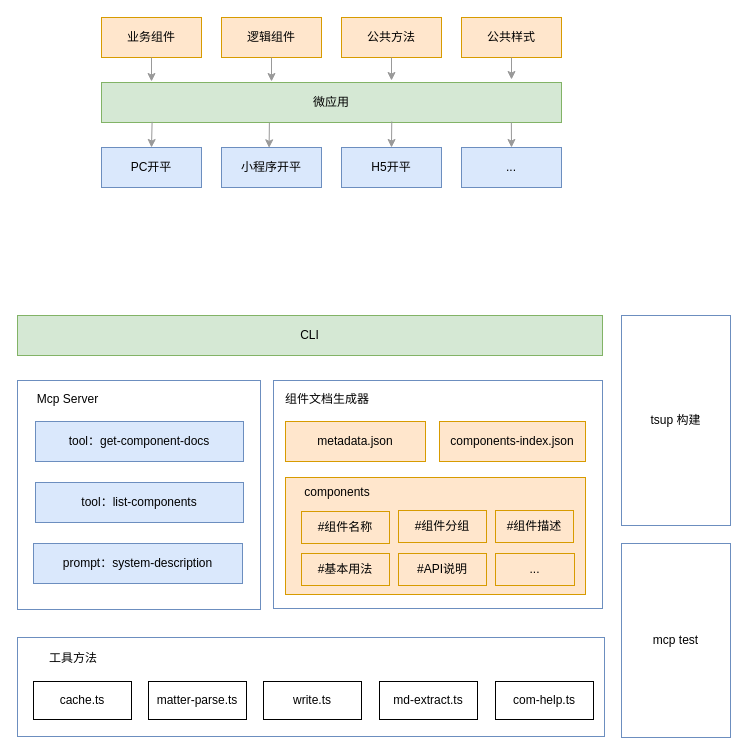
Above: page "11级" (16 of 16) of static/ppt.drawio in maoliang2271/bigpipe-demo (draw.io), before the change. Source tidied: cells renumbered, new cells numbered last; positions are measured from the earlier drawing's top-left corner, leaving out a move shared by most shapes. Both pictures are drawn from the tidied source at 100%, with x=0, y=0 at pixel (17, 17).
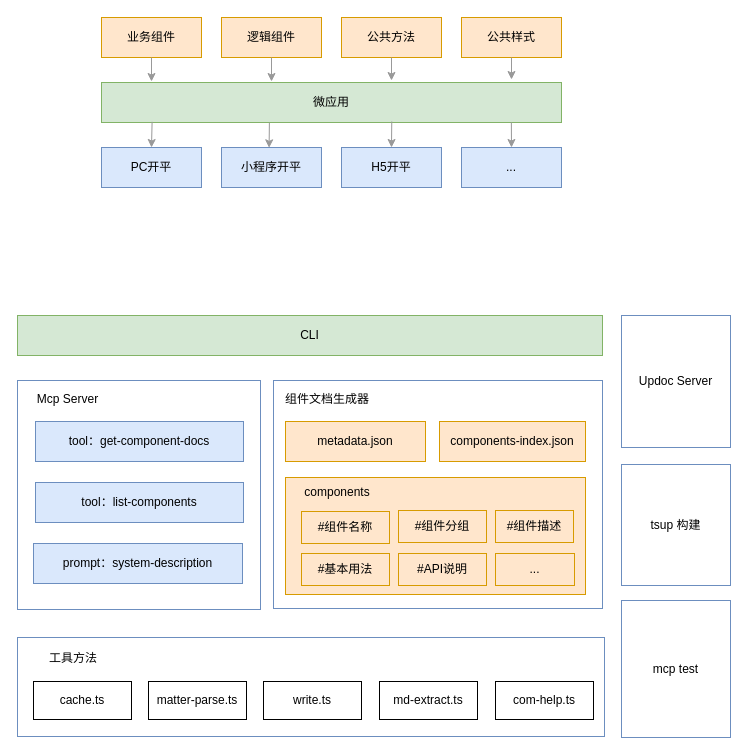
After the change.

Change to the diagram source:
```diff
@@
     <mxCell id="44" value="mcp test" style="rounded=0;whiteSpace=wrap;html=1;fillColor=none;strokeColor=#6c8ebf;" parent="1" vertex="1">
-      <mxGeometry x="604" y="526" width="109" height="194" as="geometry" />
+      <mxGeometry x="604" y="583" width="109" height="137" as="geometry" />
     </mxCell>
     <mxCell id="45" value="tsup 构建" style="rounded=0;whiteSpace=wrap;html=1;fillColor=none;strokeColor=#6c8ebf;" parent="1" vertex="1">
-      <mxGeometry x="604" y="298" width="109" height="210" as="geometry" />
+      <mxGeometry x="604" y="447" width="109" height="121" as="geometry" />
     </mxCell>
+    <mxCell id="46" value="Updoc Server" style="rounded=0;whiteSpace=wrap;html=1;fillColor=none;strokeColor=#6c8ebf;" parent="1" vertex="1">
+      <mxGeometry x="604" y="298" width="109" height="132" as="geometry" />
+    </mxCell>
```
